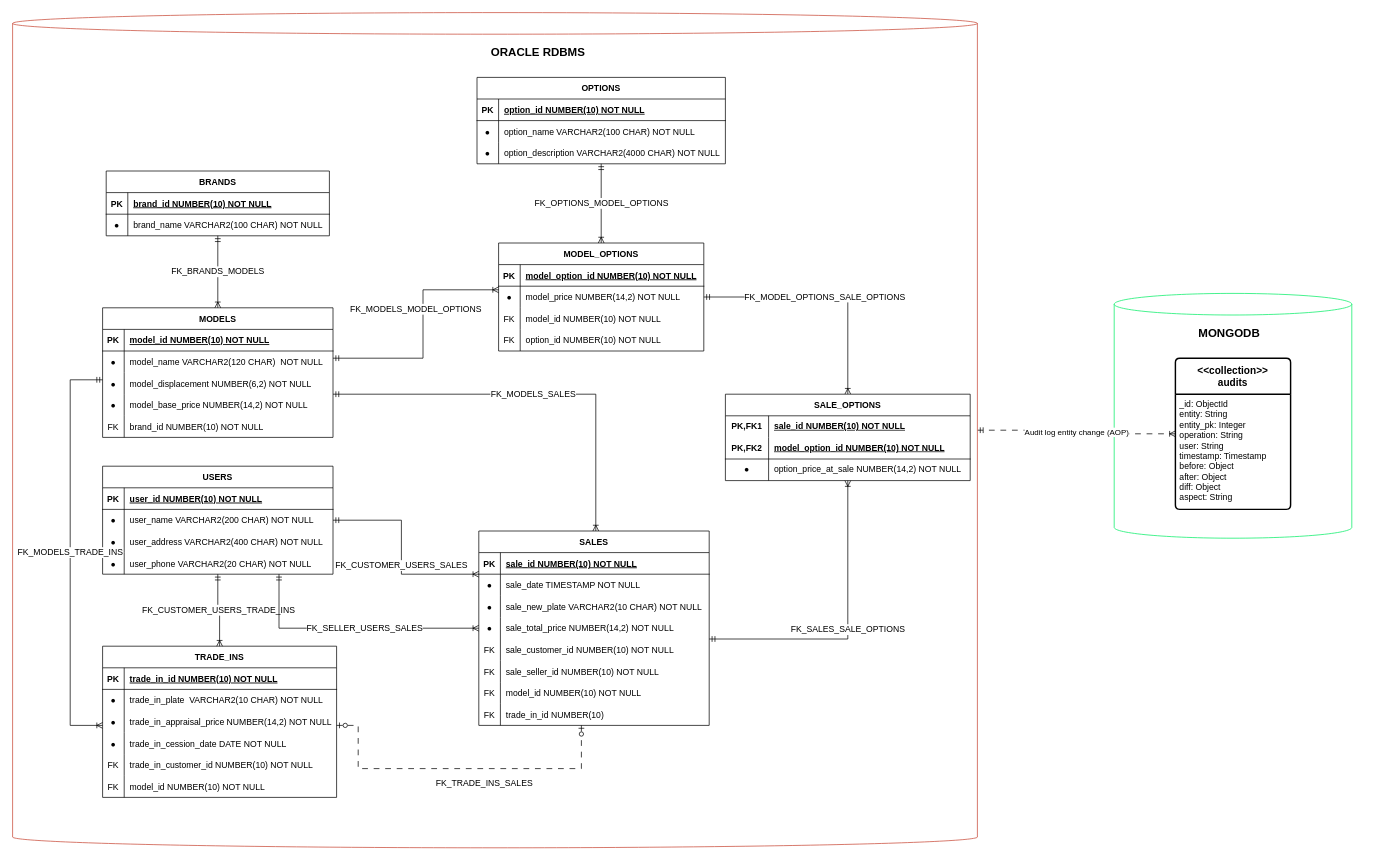
Above: diagrams/motorledger_db_architecture_diagram.drawio in MotorLedger/MotorLedgerDesign (draw.io), before the change. Source tidied: cells renumbered, new cells numbered last; positions are measured from the earlier drawing's top-left corner, leaving out a move shared by most shapes. Both pictures are drawn from the tidied source at 72%, with x=0, y=0 at pixel (12, 12).
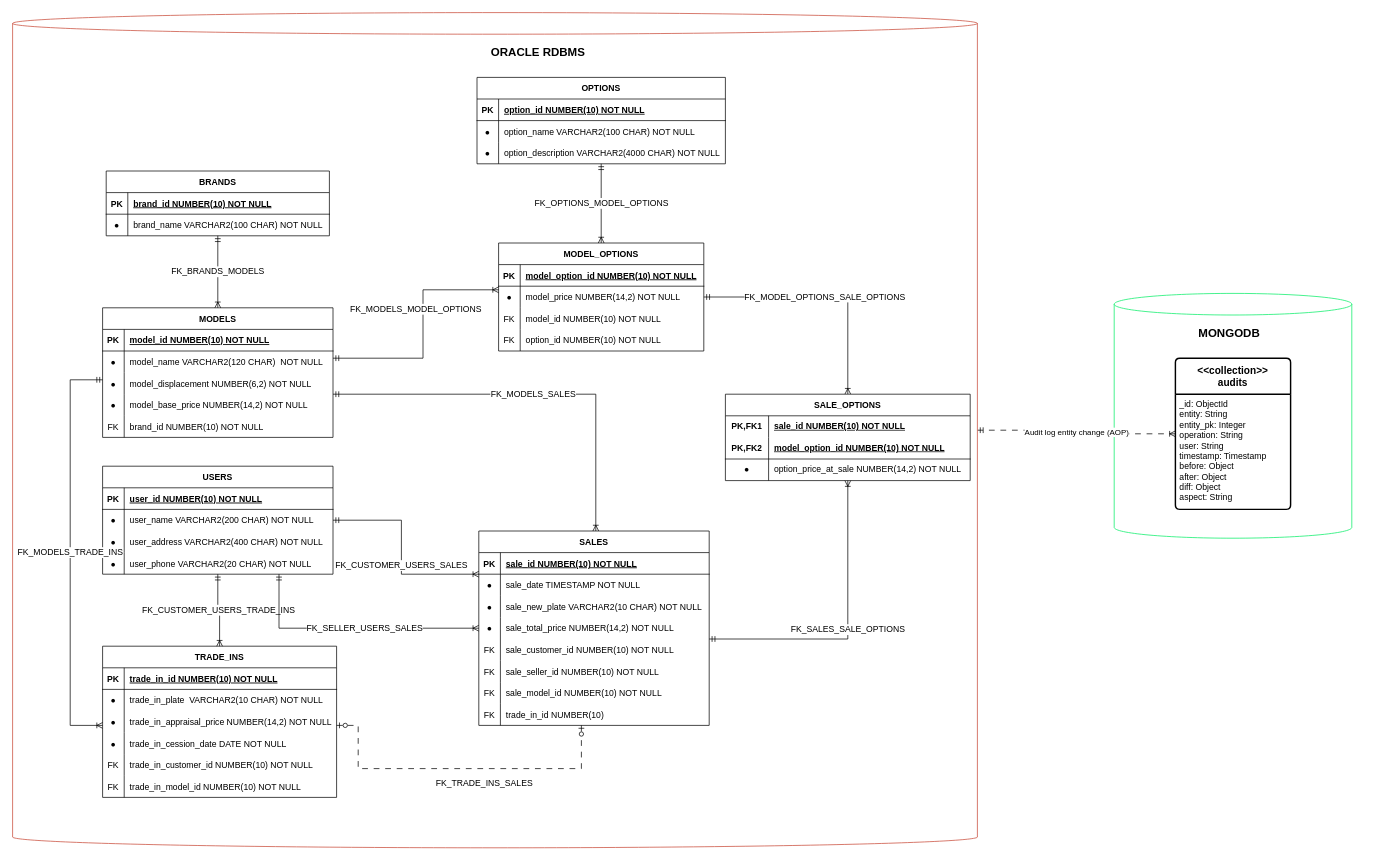
Above is the later version.

Commit message (it also covers changes not shown here):
update database architecture diagram and modify the tables and relationships to reflect the changes in the model identifiers in the trade_ins and sales tables

The change refers to these unchanged cells:
```xml
<mxCell id="84" style="shape=partialRectangle;fillColor=none;top=0;left=0;right=0;bottom=0;" parent="68" vertex="1">
  <mxGeometry y="180" width="325" height="30" as="geometry" />
</mxCell>
<mxCell id="107" style="shape=partialRectangle;fillColor=none;top=0;left=0;right=0;bottom=0;" parent="88" vertex="1">
  <mxGeometry y="210" width="320" height="30" as="geometry" />
</mxCell>
```

The edit, as a diff of the source:
```diff
@@
-    <mxCell id="86" value="model_id NUMBER(10) NOT NULL" style="shape=partialRectangle;overflow=hidden;fillColor=none;top=0;left=0;bottom=0;right=0;align=left;spacingLeft=6;" parent="84" vertex="1">
+    <mxCell id="86" value="trade_in_model_id NUMBER(10) NOT NULL" style="shape=partialRectangle;overflow=hidden;fillColor=none;top=0;left=0;bottom=0;right=0;align=left;spacingLeft=6;" parent="84" vertex="1">
       <mxGeometry x="30" width="295" height="30" as="geometry" />
     </mxCell>
@@
-    <mxCell id="109" value="model_id NUMBER(10) NOT NULL" style="shape=partialRectangle;overflow=hidden;fillColor=none;top=0;left=0;bottom=0;right=0;align=left;spacingLeft=6;" parent="107" vertex="1">
+    <mxCell id="109" value="sale_model_id NUMBER(10) NOT NULL" style="shape=partialRectangle;overflow=hidden;fillColor=none;top=0;left=0;bottom=0;right=0;align=left;spacingLeft=6;" parent="107" vertex="1">
       <mxGeometry x="30" width="290" height="30" as="geometry" />
     </mxCell>
```
